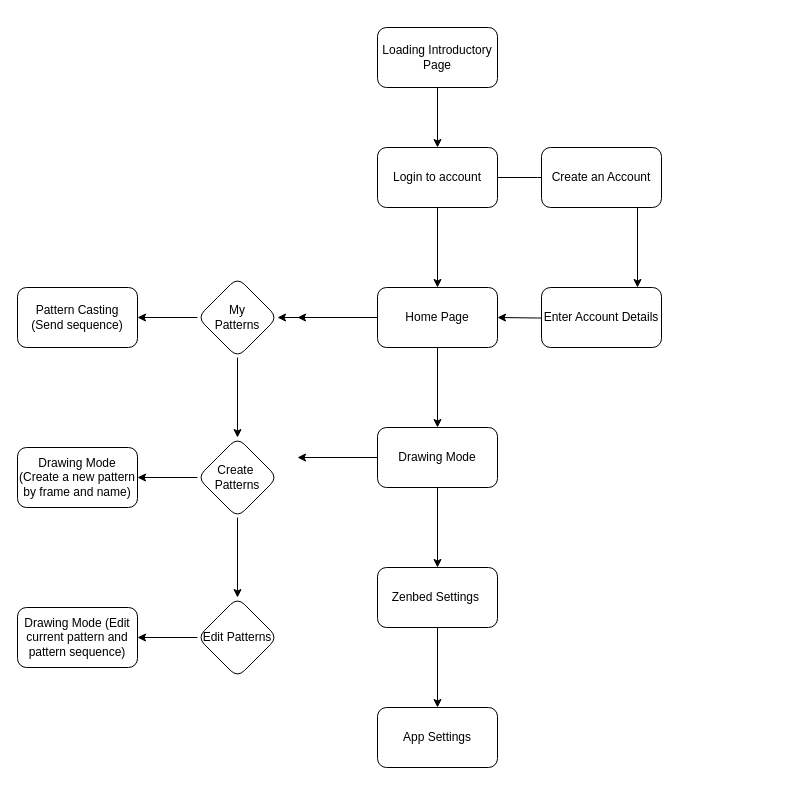
Before: imported/Untitled Diagram.drawio in Kccarr6022/ZenBed, a draw.io diagram. Source tidied: cells renumbered, new cells numbered last; positions are measured from the earlier drawing's top-left corner, leaving out a move shared by most shapes. Both pictures are drawn from the tidied source at 100%, with x=0, y=0 at pixel (17, 27).
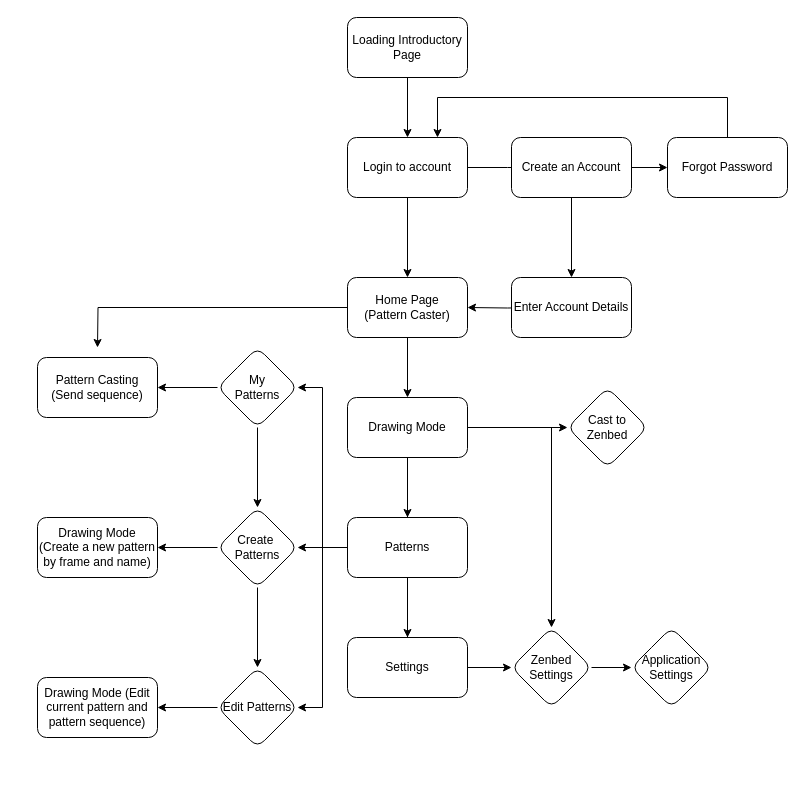
After the change.

Commit message:
Flow Chart of App

Diff of the diagram source:
```diff
@@
     <mxCell id="3" value="Loading Introductory Page" style="rounded=1;whiteSpace=wrap;html=1;" parent="1" vertex="1">
-      <mxGeometry x="360" width="120" height="60" as="geometry" />
+      <mxGeometry x="330" y="-10" width="120" height="60" as="geometry" />
     </mxCell>
     <mxCell id="4" style="edgeStyle=orthogonalEdgeStyle;rounded=0;jettySize=auto;html=1;" parent="1" edge="1" source="6">
       <mxGeometry relative="1" as="geometry">
-        <mxPoint x="560" y="150" as="targetPoint" />
+        <mxPoint x="530" y="140" as="targetPoint" />
       </mxGeometry>
     </mxCell>
@@
     <mxCell id="6" value="Login to account" style="rounded=1;whiteSpace=wrap;html=1;" parent="1" vertex="1">
-      <mxGeometry x="360" y="120" width="120" height="60" as="geometry" />
+      <mxGeometry x="330" y="110" width="120" height="60" as="geometry" />
     </mxCell>
-    <mxCell id="7" style="edgeStyle=orthogonalEdgeStyle;rounded=0;orthogonalLoop=1;jettySize=auto;html=1;" parent="1" edge="1">
-      <mxGeometry relative="1" as="geometry">
-        <mxPoint x="620" y="180" as="sourcePoint" />
-        <mxPoint x="620" y="260" as="targetPoint" />
-      </mxGeometry>
-    </mxCell>
+    <mxCell id="32" style="edgeStyle=orthogonalEdgeStyle;rounded=0;jettySize=auto;html=1;" parent="1" edge="1" source="8" target="49">
+      <mxGeometry relative="1" as="geometry" />
+    </mxCell>
+    <mxCell id="33" style="edgeStyle=orthogonalEdgeStyle;rounded=0;jettySize=auto;html=1;" parent="1" edge="1" source="8" target="10">
+      <mxGeometry relative="1" as="geometry" />
+    </mxCell>
     <mxCell id="8" value="Create an Account" style="whiteSpace=wrap;html=1;rounded=1;" parent="1" vertex="1">
-      <mxGeometry x="524" y="120" width="120" height="60" as="geometry" />
+      <mxGeometry x="494" y="110" width="120" height="60" as="geometry" />
     </mxCell>
     <mxCell id="9" style="edgeStyle=orthogonalEdgeStyle;rounded=0;jettySize=auto;html=1;" parent="1" edge="1" target="14">
       <mxGeometry relative="1" as="geometry">
-        <mxPoint x="560" y="290" as="sourcePoint" />
+        <mxPoint x="530" y="280" as="sourcePoint" />
       </mxGeometry>
     </mxCell>
     <mxCell id="10" value="Enter Account Details" style="whiteSpace=wrap;html=1;rounded=1;" parent="1" vertex="1">
-      <mxGeometry x="524" y="260" width="120" height="60" as="geometry" />
+      <mxGeometry x="494" y="250" width="120" height="60" as="geometry" />
     </mxCell>
-    <mxCell id="11" style="edgeStyle=orthogonalEdgeStyle;rounded=0;jettySize=auto;html=1;" parent="1" edge="1" source="14">
-      <mxGeometry relative="1" as="geometry">
-        <mxPoint x="280" y="290" as="targetPoint" />
-      </mxGeometry>
-    </mxCell>
-    <mxCell id="12" style="edgeStyle=orthogonalEdgeStyle;rounded=0;jettySize=auto;html=1;" parent="1" edge="1" source="14" target="17">
-      <mxGeometry relative="1" as="geometry" />
-    </mxCell>
@@
+    <mxCell id="34" style="edgeStyle=orthogonalEdgeStyle;rounded=0;jettySize=auto;html=1;" parent="1" edge="1" source="14">
+      <mxGeometry relative="1" as="geometry">
+        <mxPoint x="80" y="320" as="targetPoint" />
+      </mxGeometry>
+    </mxCell>
-    <mxCell id="14" value="Home Page" style="whiteSpace=wrap;html=1;rounded=1;" parent="1" vertex="1">
-      <mxGeometry x="360" y="260" width="120" height="60" as="geometry" />
+    <mxCell id="14" value="Home Page&lt;br&gt;(Pattern Caster)" style="whiteSpace=wrap;html=1;rounded=1;" parent="1" vertex="1">
+      <mxGeometry x="330" y="250" width="120" height="60" as="geometry" />
     </mxCell>
@@
     <mxCell id="17" value="My&lt;br&gt;Patterns" style="rhombus;whiteSpace=wrap;html=1;rounded=1;" parent="1" vertex="1">
-      <mxGeometry x="180" y="250" width="80" height="80" as="geometry" />
+      <mxGeometry x="200" y="320" width="80" height="80" as="geometry" />
     </mxCell>
@@
     <mxCell id="20" value="Create&amp;nbsp;&lt;br&gt;Patterns" style="rhombus;whiteSpace=wrap;html=1;rounded=1;" parent="1" vertex="1">
-      <mxGeometry x="180" y="410" width="80" height="80" as="geometry" />
+      <mxGeometry x="200" y="480" width="80" height="80" as="geometry" />
     </mxCell>
@@
     <mxCell id="22" value="Edit Patterns" style="rhombus;whiteSpace=wrap;html=1;rounded=1;" parent="1" vertex="1">
-      <mxGeometry x="180" y="570" width="80" height="80" as="geometry" />
+      <mxGeometry x="200" y="640" width="80" height="80" as="geometry" />
     </mxCell>
-    <mxCell id="23" style="edgeStyle=orthogonalEdgeStyle;rounded=0;jettySize=auto;html=1;" parent="1" edge="1" source="25">
-      <mxGeometry relative="1" as="geometry">
-        <mxPoint x="280" y="430" as="targetPoint" />
-      </mxGeometry>
-    </mxCell>
+    <mxCell id="35" style="edgeStyle=orthogonalEdgeStyle;rounded=0;jettySize=auto;html=1;" parent="1" edge="1" source="25" target="39">
+      <mxGeometry relative="1" as="geometry" />
+    </mxCell>
+    <mxCell id="36" style="edgeStyle=orthogonalEdgeStyle;rounded=0;jettySize=auto;html=1;" parent="1" edge="1" source="25" target="46">
+      <mxGeometry relative="1" as="geometry" />
+    </mxCell>
-    <mxCell id="24" style="edgeStyle=orthogonalEdgeStyle;rounded=0;jettySize=auto;html=1;" parent="1" edge="1" source="25" target="27">
+    <mxCell id="24" style="edgeStyle=orthogonalEdgeStyle;rounded=0;jettySize=auto;html=1;entryX=0.5;entryY=0;entryDx=0;entryDy=0;" parent="1" edge="1" source="25" target="27">
       <mxGeometry relative="1" as="geometry" />
     </mxCell>
+    <mxCell id="37" style="edgeStyle=orthogonalEdgeStyle;rounded=0;jettySize=auto;html=1;" parent="1" edge="1" source="25" target="50">
+      <mxGeometry relative="1" as="geometry" />
+    </mxCell>
     <mxCell id="25" value="Drawing Mode" style="whiteSpace=wrap;html=1;rounded=1;" parent="1" vertex="1">
-      <mxGeometry x="360" y="400" width="120" height="60" as="geometry" />
+      <mxGeometry x="330" y="370" width="120" height="60" as="geometry" />
     </mxCell>
-    <mxCell id="26" style="edgeStyle=orthogonalEdgeStyle;rounded=0;jettySize=auto;html=1;" parent="1" edge="1" source="27" target="31">
-      <mxGeometry relative="1" as="geometry" />
-    </mxCell>
-    <mxCell id="27" value="Zenbed Settings&amp;nbsp;" style="whiteSpace=wrap;html=1;rounded=1;" parent="1" vertex="1">
-      <mxGeometry x="360" y="540" width="120" height="60" as="geometry" />
-    </mxCell>
     <mxCell id="28" value="Pattern Casting&lt;br&gt;(Send sequence)" style="whiteSpace=wrap;html=1;rounded=1;" parent="1" vertex="1">
-      <mxGeometry y="260" width="120" height="60" as="geometry" />
+      <mxGeometry x="20" y="330" width="120" height="60" as="geometry" />
     </mxCell>
     <mxCell id="29" value="Drawing Mode&lt;br&gt;(Create a new pattern by frame and name)" style="whiteSpace=wrap;html=1;rounded=1;" parent="1" vertex="1">
-      <mxGeometry y="420" width="120" height="60" as="geometry" />
+      <mxGeometry x="20" y="490" width="120" height="60" as="geometry" />
     </mxCell>
     <mxCell id="30" value="Drawing Mode (Edit current pattern and pattern sequence)" style="whiteSpace=wrap;html=1;rounded=1;" parent="1" vertex="1">
-      <mxGeometry y="580" width="120" height="60" as="geometry" />
+      <mxGeometry x="20" y="650" width="120" height="60" as="geometry" />
     </mxCell>
-    <mxCell id="31" value="App Settings" style="whiteSpace=wrap;html=1;rounded=1;" parent="1" vertex="1">
-      <mxGeometry x="360" y="680" width="120" height="60" as="geometry" />
-    </mxCell>
+    <mxCell id="38" style="edgeStyle=orthogonalEdgeStyle;rounded=0;jettySize=auto;html=1;" parent="1" edge="1" source="39" target="27">
+      <mxGeometry relative="1" as="geometry" />
+    </mxCell>
+    <mxCell id="39" value="Settings" style="whiteSpace=wrap;html=1;rounded=1;" parent="1" vertex="1">
+      <mxGeometry x="330" y="610" width="120" height="60" as="geometry" />
+    </mxCell>
+    <mxCell id="40" style="edgeStyle=orthogonalEdgeStyle;rounded=0;jettySize=auto;html=1;endArrow=none;startArrow=none;" parent="1" edge="1" source="46" target="39">
+      <mxGeometry relative="1" as="geometry" />
+    </mxCell>
+    <mxCell id="41" style="edgeStyle=orthogonalEdgeStyle;rounded=0;jettySize=auto;html=1;" parent="1" edge="1" source="27" target="42">
+      <mxGeometry relative="1" as="geometry" />
+    </mxCell>
+    <mxCell id="27" value="Zenbed Settings" style="rhombus;whiteSpace=wrap;html=1;rounded=1;" parent="1" vertex="1">
+      <mxGeometry x="494" y="600" width="80" height="80" as="geometry" />
+    </mxCell>
+    <mxCell id="42" value="Application Settings" style="rhombus;whiteSpace=wrap;html=1;rounded=1;" parent="1" vertex="1">
+      <mxGeometry x="614" y="600" width="80" height="80" as="geometry" />
+    </mxCell>
+    <mxCell id="43" style="edgeStyle=orthogonalEdgeStyle;rounded=0;jettySize=auto;html=1;" parent="1" edge="1" source="46" target="20">
+      <mxGeometry relative="1" as="geometry" />
+    </mxCell>
+    <mxCell id="44" style="edgeStyle=orthogonalEdgeStyle;rounded=0;jettySize=auto;html=1;entryX=1;entryY=0.5;entryDx=0;entryDy=0;" parent="1" edge="1" source="46" target="17">
+      <mxGeometry relative="1" as="geometry" />
+    </mxCell>
+    <mxCell id="45" style="edgeStyle=orthogonalEdgeStyle;rounded=0;jettySize=auto;html=1;entryX=1;entryY=0.5;entryDx=0;entryDy=0;" parent="1" edge="1" source="46" target="22">
+      <mxGeometry relative="1" as="geometry" />
+    </mxCell>
+    <mxCell id="46" value="Patterns" style="whiteSpace=wrap;html=1;rounded=1;" parent="1" vertex="1">
+      <mxGeometry x="330" y="490" width="120" height="60" as="geometry" />
+    </mxCell>
+    <mxCell id="47" style="edgeStyle=orthogonalEdgeStyle;rounded=0;jettySize=auto;html=1;endArrow=none;" parent="1" edge="1" source="25" target="46">
+      <mxGeometry relative="1" as="geometry" />
+    </mxCell>
+    <mxCell id="48" style="edgeStyle=orthogonalEdgeStyle;rounded=0;jettySize=auto;html=1;" parent="1" edge="1" source="49">
+      <mxGeometry relative="1" as="geometry">
+        <mxPoint x="420" y="110" as="targetPoint" />
+        <Array as="points">
+          <mxPoint x="710" y="70" />
+          <mxPoint x="420" y="70" />
+          <mxPoint x="420" y="110" />
+        </Array>
+      </mxGeometry>
+    </mxCell>
+    <mxCell id="49" value="Forgot Password" style="whiteSpace=wrap;html=1;rounded=1;" parent="1" vertex="1">
+      <mxGeometry x="650" y="110" width="120" height="60" as="geometry" />
+    </mxCell>
+    <mxCell id="50" value="Cast to Zenbed" style="rhombus;whiteSpace=wrap;html=1;rounded=1;" parent="1" vertex="1">
+      <mxGeometry x="550" y="360" width="80" height="80" as="geometry" />
+    </mxCell>
```
